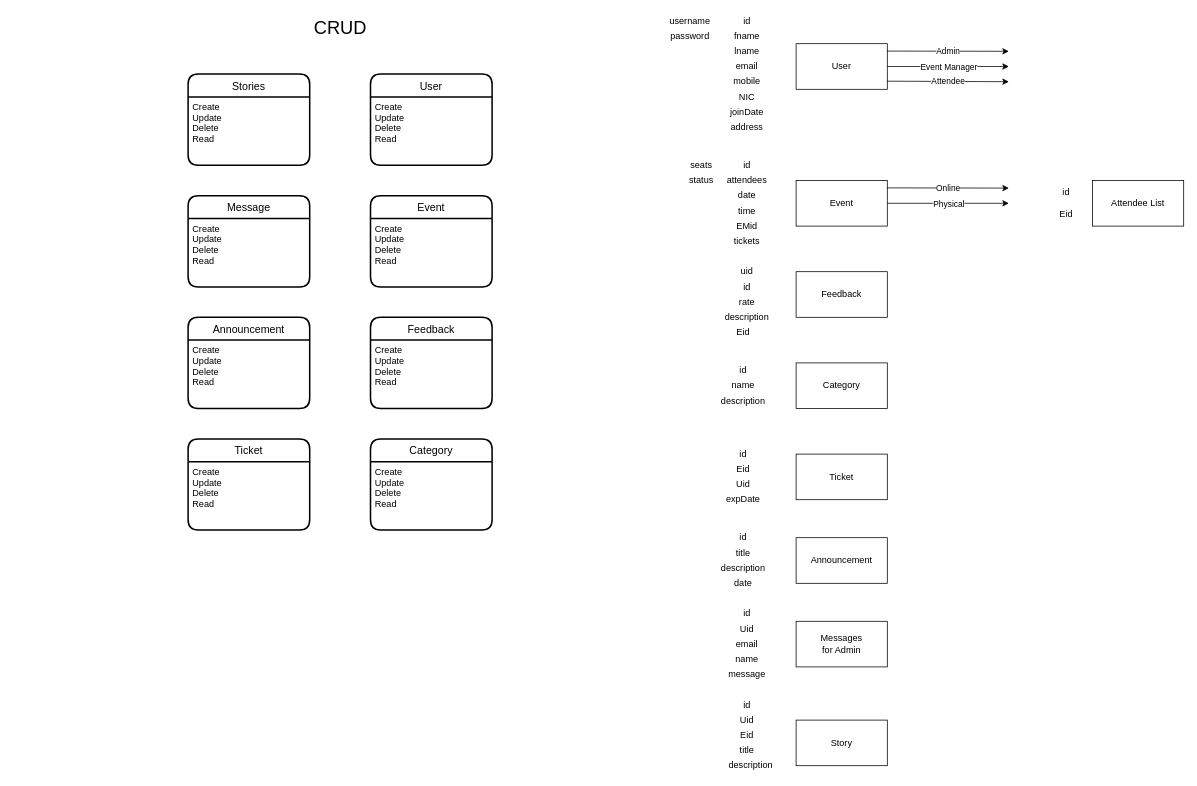
ThusharaX/OOP-Project keeps this draw.io diagram as EMS.drawio. Above is the earlier version. Source tidied: cells renumbered, new cells numbered last; positions are measured from the earlier drawing's top-left corner, leaving out a move shared by most shapes. Both pictures are drawn from the tidied source at 76%, with x=0, y=0 at pixel (188, 13).
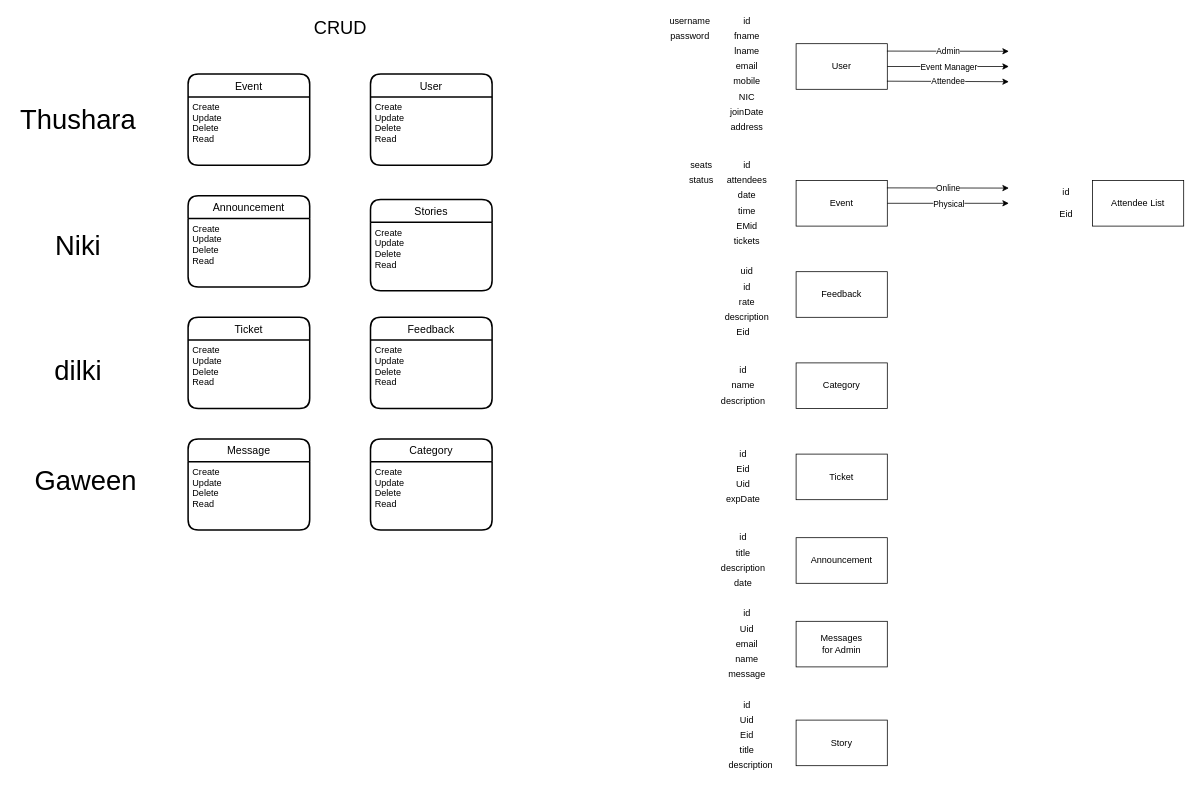
The same diagram, later.

What changed in the source:
```diff
@@
     <mxCell id="55" value="Event" style="swimlane;horizontal=1;startSize=30;rounded=1;fontSize=14;fontStyle=0;strokeWidth=2;shadow=0;dashed=0;align=center;" parent="1" vertex="1">
-      <mxGeometry x="240" y="240" width="160" height="120" as="geometry" />
+      <mxGeometry y="80" width="160" height="120" as="geometry" />
     </mxCell>
@@
     <mxCell id="61" value="Announcement" style="swimlane;horizontal=1;startSize=30;rounded=1;fontSize=14;fontStyle=0;strokeWidth=2;shadow=0;dashed=0;align=center;" parent="1" vertex="1">
-      <mxGeometry y="400" width="160" height="120" as="geometry" />
+      <mxGeometry y="240" width="160" height="120" as="geometry" />
     </mxCell>
@@
     <mxCell id="63" value="Ticket" style="swimlane;horizontal=1;startSize=30;rounded=1;fontSize=14;fontStyle=0;strokeWidth=2;shadow=0;dashed=0;align=center;" parent="1" vertex="1">
-      <mxGeometry y="560" width="160" height="120" as="geometry" />
+      <mxGeometry y="400" width="160" height="120" as="geometry" />
     </mxCell>
@@
     <mxCell id="65" value="Stories" style="swimlane;horizontal=1;startSize=30;rounded=1;fontSize=14;fontStyle=0;strokeWidth=2;shadow=0;dashed=0;align=center;" parent="1" vertex="1">
-      <mxGeometry y="80" width="160" height="120" as="geometry" />
+      <mxGeometry x="240" y="245" width="160" height="120" as="geometry" />
     </mxCell>
@@
     <mxCell id="82" value="Message" style="swimlane;horizontal=1;startSize=30;rounded=1;fontSize=14;fontStyle=0;strokeWidth=2;shadow=0;dashed=0;align=center;" parent="1" vertex="1">
-      <mxGeometry y="240" width="160" height="120" as="geometry" />
+      <mxGeometry y="560" width="160" height="120" as="geometry" />
     </mxCell>
@@
+    <mxCell id="84" value="&lt;font style=&quot;font-size: 36px&quot;&gt;Thushara&lt;/font&gt;" style="text;html=1;align=center;verticalAlign=middle;strokeColor=none;fillColor=none;" parent="1" vertex="1">
+      <mxGeometry x="-230" y="125" width="170" height="30" as="geometry" />
+    </mxCell>
+    <mxCell id="85" value="&lt;font style=&quot;font-size: 36px&quot;&gt;Gaween&lt;/font&gt;" style="text;html=1;align=center;verticalAlign=middle;strokeColor=none;fillColor=none;" parent="1" vertex="1">
+      <mxGeometry x="-210" y="600" width="150" height="30" as="geometry" />
+    </mxCell>
+    <mxCell id="86" value="&lt;font style=&quot;font-size: 36px&quot;&gt;Niki&lt;/font&gt;" style="text;html=1;align=center;verticalAlign=middle;strokeColor=none;fillColor=none;" parent="1" vertex="1">
+      <mxGeometry x="-185" y="290" width="80" height="30" as="geometry" />
+    </mxCell>
+    <mxCell id="87" value="&lt;font style=&quot;font-size: 36px&quot;&gt;dilki&lt;/font&gt;" style="text;html=1;align=center;verticalAlign=middle;strokeColor=none;fillColor=none;" parent="1" vertex="1">
+      <mxGeometry x="-185" y="455" width="80" height="30" as="geometry" />
+    </mxCell>
```
